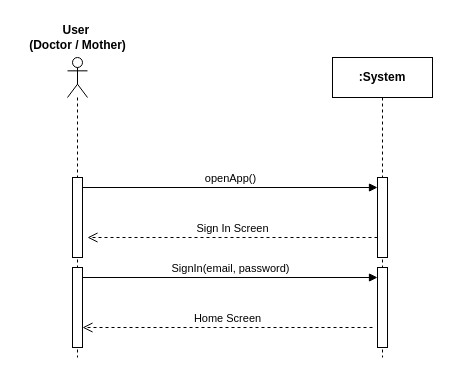
Before: page "SignIn" (1 of 16) of Documentations/Diagrams and Other Stuff/All SSD.drawio in kswork859/IoT-Mother-Fetus-Health-Monitoring, a draw.io diagram. Source tidied: cells renumbered, new cells numbered last; positions are measured from the earlier drawing's top-left corner, leaving out a move shared by most shapes. Both pictures are drawn from the tidied source at 100%, with x=0, y=0 at pixel (17, 17).
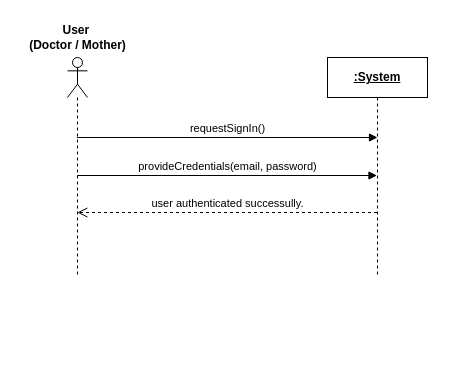
After the change.

What changed in the source:
```diff
@@
 <mxGraphModel>
   <root>
     <mxCell id="0" />
     <mxCell id="1" parent="0" />
     <mxCell id="2" style="shape=umlLifeline;perimeter=lifelinePerimeter;whiteSpace=wrap;html=1;newEdgeStyle={&quot;curved&quot;:0,&quot;rounded&quot;:0};participant=umlActor;" parent="1" vertex="1">
-      <mxGeometry x="50" y="40" width="20" height="300" as="geometry" />
+      <mxGeometry x="50" y="40" width="20" height="220" as="geometry" />
     </mxCell>
-    <mxCell id="3" value="&lt;b&gt;:System&lt;/b&gt;" style="shape=umlLifeline;perimeter=lifelinePerimeter;whiteSpace=wrap;html=1;newEdgeStyle={&quot;curved&quot;:0,&quot;rounded&quot;:0};" parent="1" vertex="1">
-      <mxGeometry x="315" y="40" width="100" height="300" as="geometry" />
+    <mxCell id="3" value="&lt;b&gt;:System&lt;/b&gt;" style="shape=umlLifeline;perimeter=lifelinePerimeter;whiteSpace=wrap;html=1;newEdgeStyle={&quot;curved&quot;:0,&quot;rounded&quot;:0};fontStyle=4;" parent="1" vertex="1">
+      <mxGeometry x="310" y="40" width="100" height="220" as="geometry" />
     </mxCell>
-    <mxCell id="4" style="html=1;perimeter=orthogonalPerimeter;targetShapes=umlLifeline;newEdgeStyle={&quot;curved&quot;:0,&quot;rounded&quot;:0};" parent="3" vertex="1">
-      <mxGeometry x="-260" y="210" width="10" height="80" as="geometry" />
-    </mxCell>
-    <mxCell id="5" style="html=1;perimeter=orthogonalPerimeter;targetShapes=umlLifeline;newEdgeStyle={&quot;curved&quot;:0,&quot;rounded&quot;:0};" parent="3" vertex="1">
-      <mxGeometry x="45" y="210" width="10" height="80" as="geometry" />
-    </mxCell>
-    <mxCell id="6" style="html=1;points=[[0,0,0,0,5],[0,1,0,0,-5],[1,0,0,0,5],[1,1,0,0,-5]];perimeter=orthogonalPerimeter;outlineConnect=0;targetShapes=umlLifeline;portConstraint=eastwest;newEdgeStyle={&quot;curved&quot;:0,&quot;rounded&quot;:0};" parent="1" vertex="1">
-      <mxGeometry x="360" y="160" width="10" height="80" as="geometry" />
-    </mxCell>
-    <mxCell id="7" value="openApp()" style="html=1;verticalAlign=bottom;endArrow=block;curved=0;rounded=0;" parent="1" edge="1" source="10">
+    <mxCell id="7" value="requestSignIn()" style="html=1;verticalAlign=bottom;endArrow=block;curved=0;rounded=0;" parent="1" edge="1">
       <mxGeometry relative="1" as="geometry">
-        <mxPoint x="360" y="170" as="targetPoint" />
+        <mxPoint x="59.5" y="120" as="sourcePoint" />
+        <mxPoint x="360" y="120" as="targetPoint" />
       </mxGeometry>
     </mxCell>
-    <mxCell id="8" value="Sign In Screen" style="html=1;verticalAlign=bottom;endArrow=open;dashed=1;endSize=8;curved=0;rounded=0;" parent="1" edge="1" source="6">
-      <mxGeometry relative="1" as="geometry">
-        <mxPoint x="70" y="220" as="targetPoint" />
-      </mxGeometry>
-    </mxCell>
     <mxCell id="9" value="&lt;b&gt;User&amp;nbsp;&lt;/b&gt;&lt;div&gt;&lt;b&gt;(Doctor / Mother)&lt;/b&gt;&lt;/div&gt;" style="text;html=1;align=center;verticalAlign=middle;strokeColor=none;fillColor=none;" parent="1" vertex="1">
       <mxGeometry width="120" height="40" as="geometry" />
     </mxCell>
-    <mxCell id="10" style="html=1;points=[[0,0,0,0,5],[0,1,0,0,-5],[1,0,0,0,5],[1,1,0,0,-5]];perimeter=orthogonalPerimeter;outlineConnect=0;targetShapes=umlLifeline;portConstraint=eastwest;newEdgeStyle={&quot;curved&quot;:0,&quot;rounded&quot;:0};" parent="1" vertex="1">
-      <mxGeometry x="55" y="160" width="10" height="80" as="geometry" />
-    </mxCell>
-    <mxCell id="11" value="SignIn(email, password)" style="html=1;verticalAlign=bottom;endArrow=block;curved=0;rounded=0;" parent="1" edge="1">
+    <mxCell id="11" value="provideCredentials(email, password)" style="html=1;verticalAlign=bottom;endArrow=block;curved=0;rounded=0;" parent="1" edge="1">
       <mxGeometry relative="1" as="geometry">
-        <mxPoint x="65" y="260" as="sourcePoint" />
-        <mxPoint x="360" y="260" as="targetPoint" />
+        <mxPoint x="59.8" y="158" as="sourcePoint" />
+        <mxPoint x="359.5" y="158" as="targetPoint" />
       </mxGeometry>
     </mxCell>
-    <mxCell id="12" value="Home Screen" style="html=1;verticalAlign=bottom;endArrow=open;dashed=1;endSize=8;curved=0;rounded=0;" parent="1" edge="1">
+    <mxCell id="12" value="user authenticated successully." style="html=1;verticalAlign=bottom;endArrow=open;dashed=1;endSize=8;curved=0;rounded=0;" parent="1" edge="1">
       <mxGeometry relative="1" as="geometry">
-        <mxPoint x="355" y="310" as="sourcePoint" />
-        <mxPoint x="65" y="310" as="targetPoint" />
+        <mxPoint x="359.5" y="195" as="sourcePoint" />
+        <mxPoint x="59.8" y="195" as="targetPoint" />
       </mxGeometry>
     </mxCell>
   </root>
 </mxGraphModel>
```
